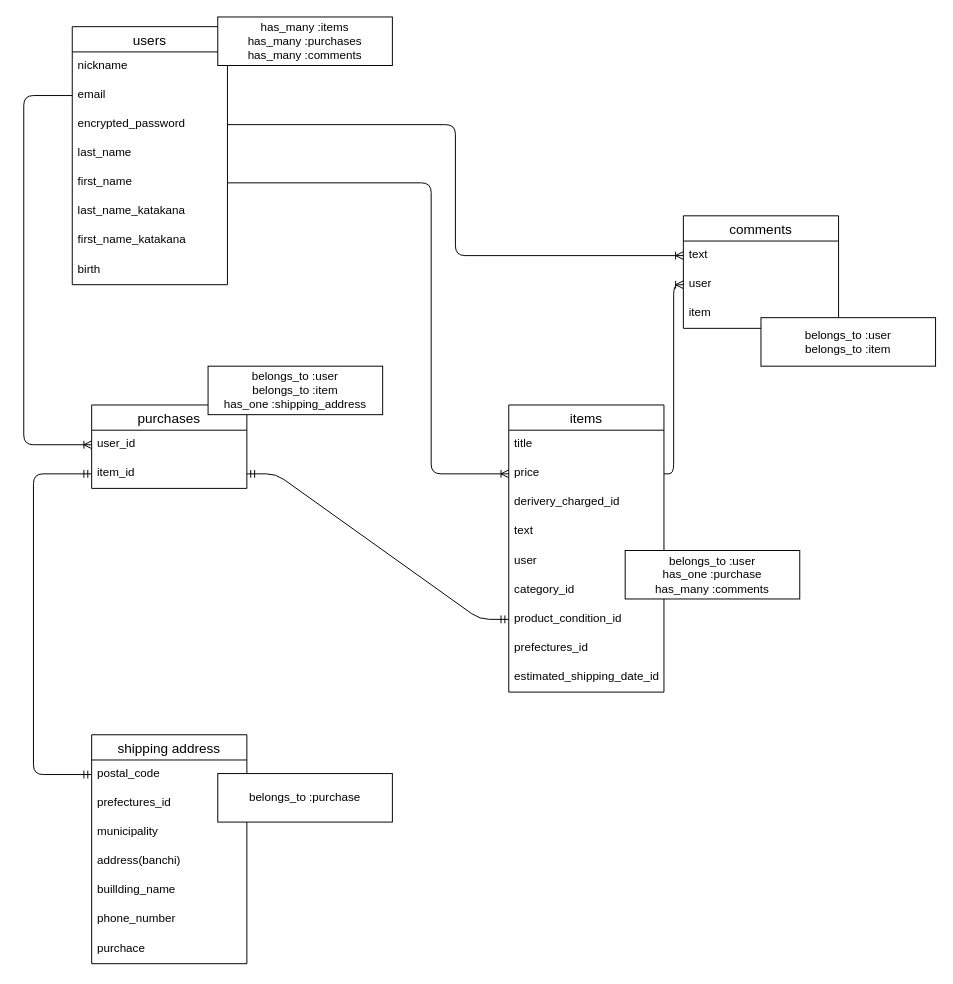
Above: ER.dio in onouchi/furima-34266 (draw.io), before the change. Source tidied: cells renumbered, new cells numbered last; positions are measured from the earlier drawing's top-left corner, leaving out a move shared by most shapes. Both pictures are drawn from the tidied source at 97%, with x=0, y=0 at pixel (23, 16).
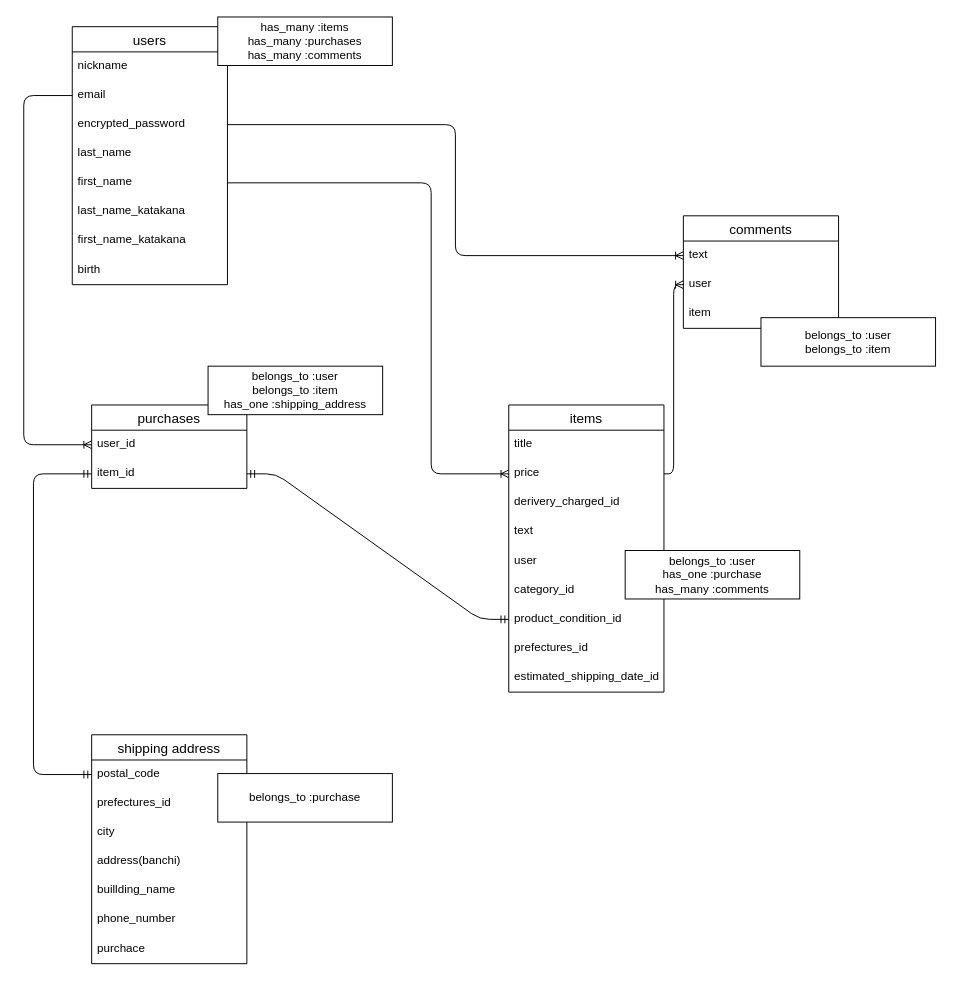
The same page after the edit.

The change refers to these unchanged cells:
```xml
<mxCell id="37" value="shipping address" style="swimlane;fontStyle=0;horizontal=1;startSize=26;align=center;fontSize=14;" parent="1" vertex="1">
  <mxGeometry x="70" y="740" width="160" height="236" as="geometry" />
</mxCell>
```

The edit, as a diff of the source:
```diff
@@
-    <mxCell id="40" value="municipality" style="text;strokeColor=none;fillColor=none;spacingLeft=4;spacingRight=4;overflow=hidden;fontSize=12;" parent="37" vertex="1">
+    <mxCell id="40" value="city" style="text;strokeColor=none;fillColor=none;spacingLeft=4;spacingRight=4;overflow=hidden;fontSize=12;" parent="37" vertex="1">
       <mxGeometry y="86" width="160" height="30" as="geometry" />
     </mxCell>
```
